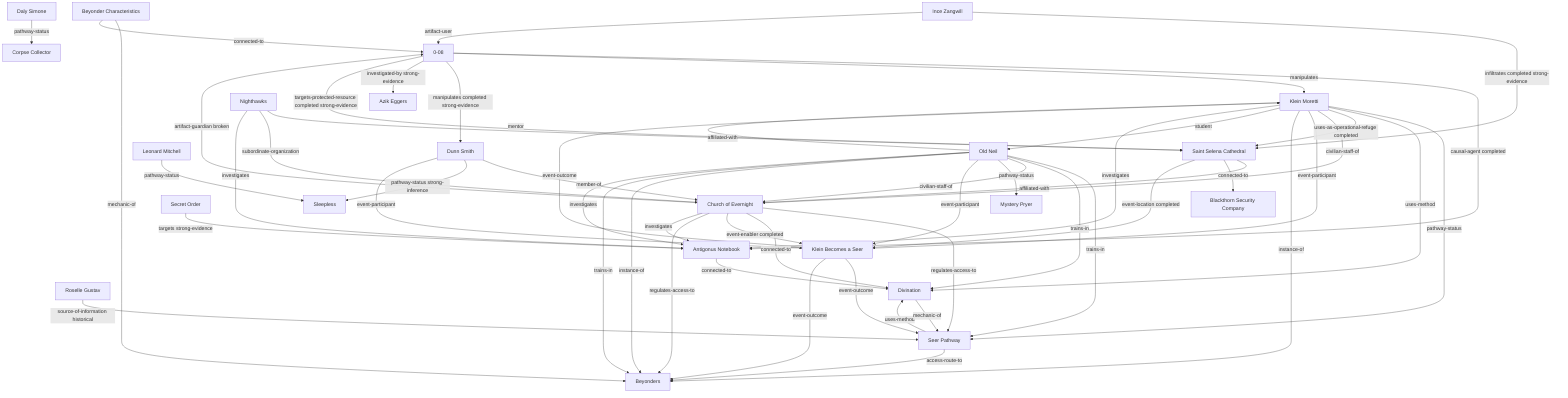
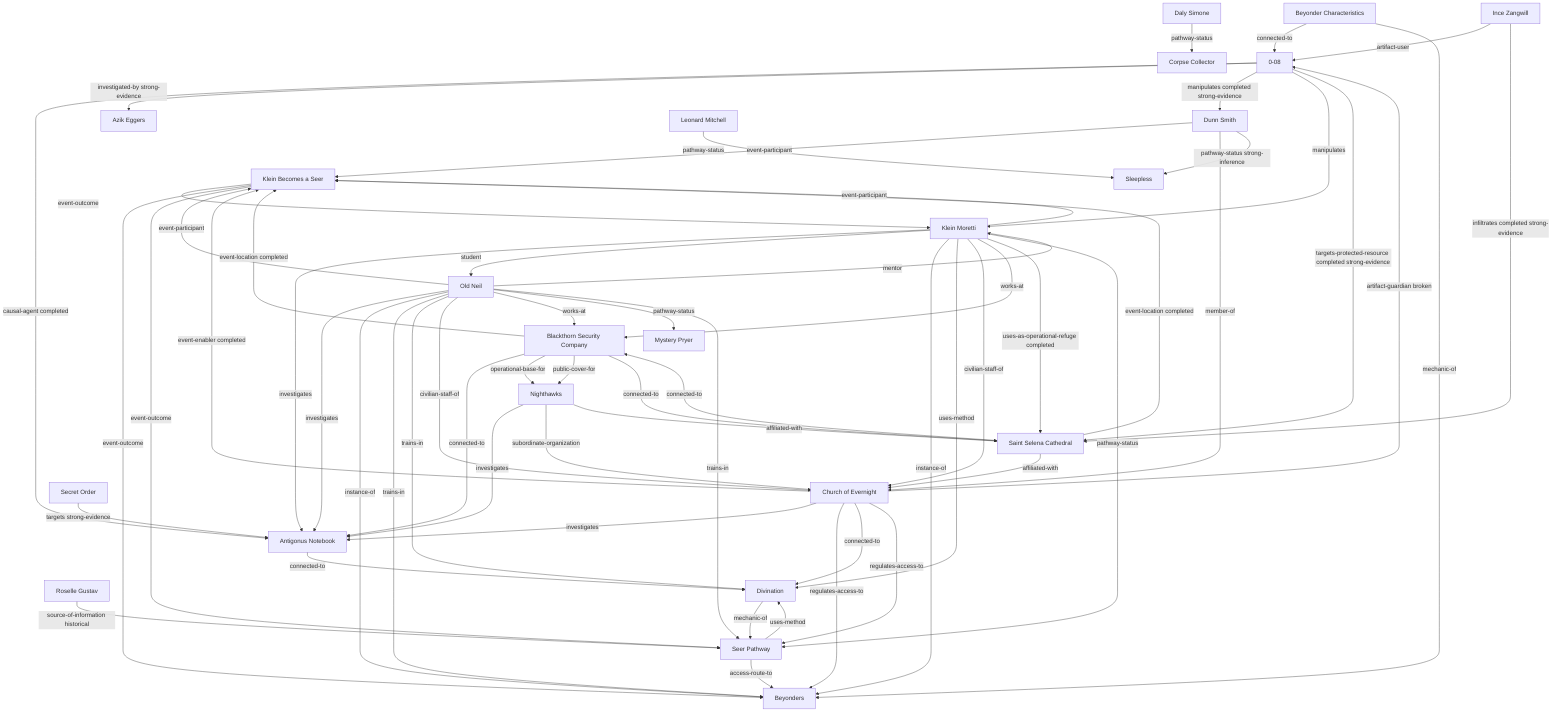
graph TD
  artifact_0_08["0-08"]
  artifact_antigonus_notebook["Antigonus Notebook"]
  character_azik_eggers["Azik Eggers"]
  character_daly_simone["Daly Simone"]
  character_dunn_smith["Dunn Smith"]
  character_ince_zangwill["Ince Zangwill"]
  character_klein_moretti["Klein Moretti"]
  character_leonard_mitchell["Leonard Mitchell"]
  character_old_neil["Old Neil"]
  character_roselle_gustav["Roselle Gustav"]
  concept_beyonder_characteristics["Beyonder Characteristics"]
  concept_beyonders["Beyonders"]
  concept_divination["Divination"]
  event_klein_becomes_a_seer["Klein Becomes a Seer"]
  faction_church_of_evernight["Church of Evernight"]
  faction_nighthawks["Nighthawks"]
  faction_secret_order["Secret Order"]
  location_blackthorn_security_company["Blackthorn Security Company"]
  location_saint_selena_cathedral["Saint Selena Cathedral"]
  pathway_corpse_collector["Corpse Collector"]
  pathway_mystery_pryer["Mystery Pryer"]
  pathway_seer["Seer Pathway"]
  pathway_sleepless["Sleepless"]

+   artifact_0_08 -->|causal-agent completed| artifact_antigonus_notebook
+   artifact_0_08 -->|investigated-by strong-evidence| character_azik_eggers
+   artifact_0_08 -->|manipulates completed strong-evidence| character_dunn_smith
+   artifact_0_08 -->|manipulates| character_klein_moretti
+   artifact_0_08 -->|targets-protected-resource completed strong-evidence| location_saint_selena_cathedral
+   artifact_antigonus_notebook -->|connected-to| concept_divination
+   character_daly_simone -->|pathway-status| pathway_corpse_collector
+   character_dunn_smith -->|event-participant| event_klein_becomes_a_seer
+   character_dunn_smith -->|member-of| faction_church_of_evernight
+   character_dunn_smith -->|pathway-status strong-inference| pathway_sleepless
+   character_ince_zangwill -->|artifact-user| artifact_0_08
+   character_ince_zangwill -->|infiltrates completed strong-evidence| location_saint_selena_cathedral
+   character_klein_moretti -->|investigates| artifact_antigonus_notebook
+   character_klein_moretti -->|student| character_old_neil
+   character_klein_moretti -->|instance-of| concept_beyonders
+   character_klein_moretti -->|uses-method| concept_divination
+   character_klein_moretti -->|event-participant| event_klein_becomes_a_seer
+   character_klein_moretti -->|civilian-staff-of| faction_church_of_evernight
+   character_klein_moretti -->|works-at| location_blackthorn_security_company
+   character_klein_moretti -->|uses-as-operational-refuge completed| location_saint_selena_cathedral
  character_klein_moretti -->|pathway-status| pathway_seer
-   event_klein_becomes_a_seer -->|event-outcome| pathway_seer
-   faction_church_of_evernight -->|regulates-access-to| pathway_seer
+   character_leonard_mitchell -->|pathway-status| pathway_sleepless
+   character_old_neil -->|investigates| artifact_antigonus_notebook
+   character_old_neil -->|mentor| character_klein_moretti
+   character_old_neil -->|instance-of| concept_beyonders
+   character_old_neil -->|trains-in| concept_beyonders
+   character_old_neil -->|trains-in| concept_divination
+   character_old_neil -->|event-participant| event_klein_becomes_a_seer
+   character_old_neil -->|civilian-staff-of| faction_church_of_evernight
+   character_old_neil -->|works-at| location_blackthorn_security_company
+   character_old_neil -->|pathway-status| pathway_mystery_pryer
  character_old_neil -->|trains-in| pathway_seer
  character_roselle_gustav -->|source-of-information historical| pathway_seer
+   concept_beyonder_characteristics -->|connected-to| artifact_0_08
+   concept_beyonder_characteristics -->|mechanic-of| concept_beyonders
+   concept_divination -->|mechanic-of| pathway_seer
+   event_klein_becomes_a_seer -->|event-outcome| character_klein_moretti
+   event_klein_becomes_a_seer -->|event-outcome| concept_beyonders
+   event_klein_becomes_a_seer -->|event-outcome| pathway_seer
+   faction_church_of_evernight -->|artifact-guardian broken| artifact_0_08
+   faction_church_of_evernight -->|investigates| artifact_antigonus_notebook
+   faction_church_of_evernight -->|regulates-access-to| concept_beyonders
+   faction_church_of_evernight -->|connected-to| concept_divination
+   faction_church_of_evernight -->|event-enabler completed| event_klein_becomes_a_seer
+   faction_church_of_evernight -->|regulates-access-to| pathway_seer
+   faction_nighthawks -->|investigates| artifact_antigonus_notebook
+   faction_nighthawks -->|subordinate-organization| faction_church_of_evernight
+   faction_nighthawks -->|affiliated-with| location_saint_selena_cathedral
+   faction_secret_order -->|targets strong-evidence| artifact_antigonus_notebook
+   location_blackthorn_security_company -->|connected-to| artifact_antigonus_notebook
+   location_blackthorn_security_company -->|event-location completed| event_klein_becomes_a_seer
+   location_blackthorn_security_company -->|operational-base-for| faction_nighthawks
+   location_blackthorn_security_company -->|public-cover-for| faction_nighthawks
+   location_blackthorn_security_company -->|connected-to| location_saint_selena_cathedral
+   location_saint_selena_cathedral -->|event-location completed| event_klein_becomes_a_seer
+   location_saint_selena_cathedral -->|affiliated-with| faction_church_of_evernight
+   location_saint_selena_cathedral -->|connected-to| location_blackthorn_security_company
+   pathway_seer -->|access-route-to| concept_beyonders
  pathway_seer -->|uses-method| concept_divination
-   concept_divination -->|mechanic-of| pathway_seer
-   character_old_neil -->|trains-in| concept_divination
-   character_klein_moretti -->|uses-method| concept_divination
-   faction_church_of_evernight -->|connected-to| concept_divination
-   artifact_antigonus_notebook -->|connected-to| concept_divination
-   pathway_seer -->|access-route-to| concept_beyonders
-   location_saint_selena_cathedral -->|affiliated-with| faction_church_of_evernight
-   faction_nighthawks -->|affiliated-with| location_saint_selena_cathedral
-   character_klein_moretti -->|uses-as-operational-refuge completed| location_saint_selena_cathedral
-   location_saint_selena_cathedral -->|connected-to| location_blackthorn_security_company
-   location_saint_selena_cathedral -->|event-location completed| event_klein_becomes_a_seer
-   character_ince_zangwill -->|infiltrates completed strong-evidence| location_saint_selena_cathedral
-   faction_nighthawks -->|subordinate-organization| faction_church_of_evernight
-   character_klein_moretti -->|civilian-staff-of| faction_church_of_evernight
-   character_dunn_smith -->|member-of| faction_church_of_evernight
-   character_old_neil -->|civilian-staff-of| faction_church_of_evernight
-   faction_church_of_evernight -->|artifact-guardian broken| artifact_0_08
-   character_leonard_mitchell -->|pathway-status| pathway_sleepless
-   character_dunn_smith -->|pathway-status strong-inference| pathway_sleepless
-   character_old_neil -->|pathway-status| pathway_mystery_pryer
-   faction_church_of_evernight -->|event-enabler completed| event_klein_becomes_a_seer
-   faction_church_of_evernight -->|regulates-access-to| concept_beyonders
-   character_daly_simone -->|pathway-status| pathway_corpse_collector
-   character_klein_moretti -->|event-participant| event_klein_becomes_a_seer
-   character_old_neil -->|event-participant| event_klein_becomes_a_seer
-   character_dunn_smith -->|event-participant| event_klein_becomes_a_seer
-   event_klein_becomes_a_seer -->|event-outcome| character_klein_moretti
-   concept_beyonder_characteristics -->|mechanic-of| concept_beyonders
-   concept_beyonder_characteristics -->|connected-to| artifact_0_08
-   character_klein_moretti -->|instance-of| concept_beyonders
-   event_klein_becomes_a_seer -->|event-outcome| concept_beyonders
-   character_old_neil -->|instance-of| concept_beyonders
-   character_old_neil -->|trains-in| concept_beyonders
-   character_old_neil -->|mentor| character_klein_moretti
-   character_klein_moretti -->|student| character_old_neil
-   character_ince_zangwill -->|artifact-user| artifact_0_08
-   faction_church_of_evernight -->|investigates| artifact_antigonus_notebook
-   character_klein_moretti -->|investigates| artifact_antigonus_notebook
-   faction_nighthawks -->|investigates| artifact_antigonus_notebook
-   character_old_neil -->|investigates| artifact_antigonus_notebook
-   faction_secret_order -->|targets strong-evidence| artifact_antigonus_notebook
-   artifact_0_08 -->|causal-agent completed| artifact_antigonus_notebook
-   artifact_0_08 -->|manipulates| character_klein_moretti
-   artifact_0_08 -->|manipulates completed strong-evidence| character_dunn_smith
-   artifact_0_08 -->|investigated-by strong-evidence| character_azik_eggers
-   artifact_0_08 -->|targets-protected-resource completed strong-evidence| location_saint_selena_cathedral
